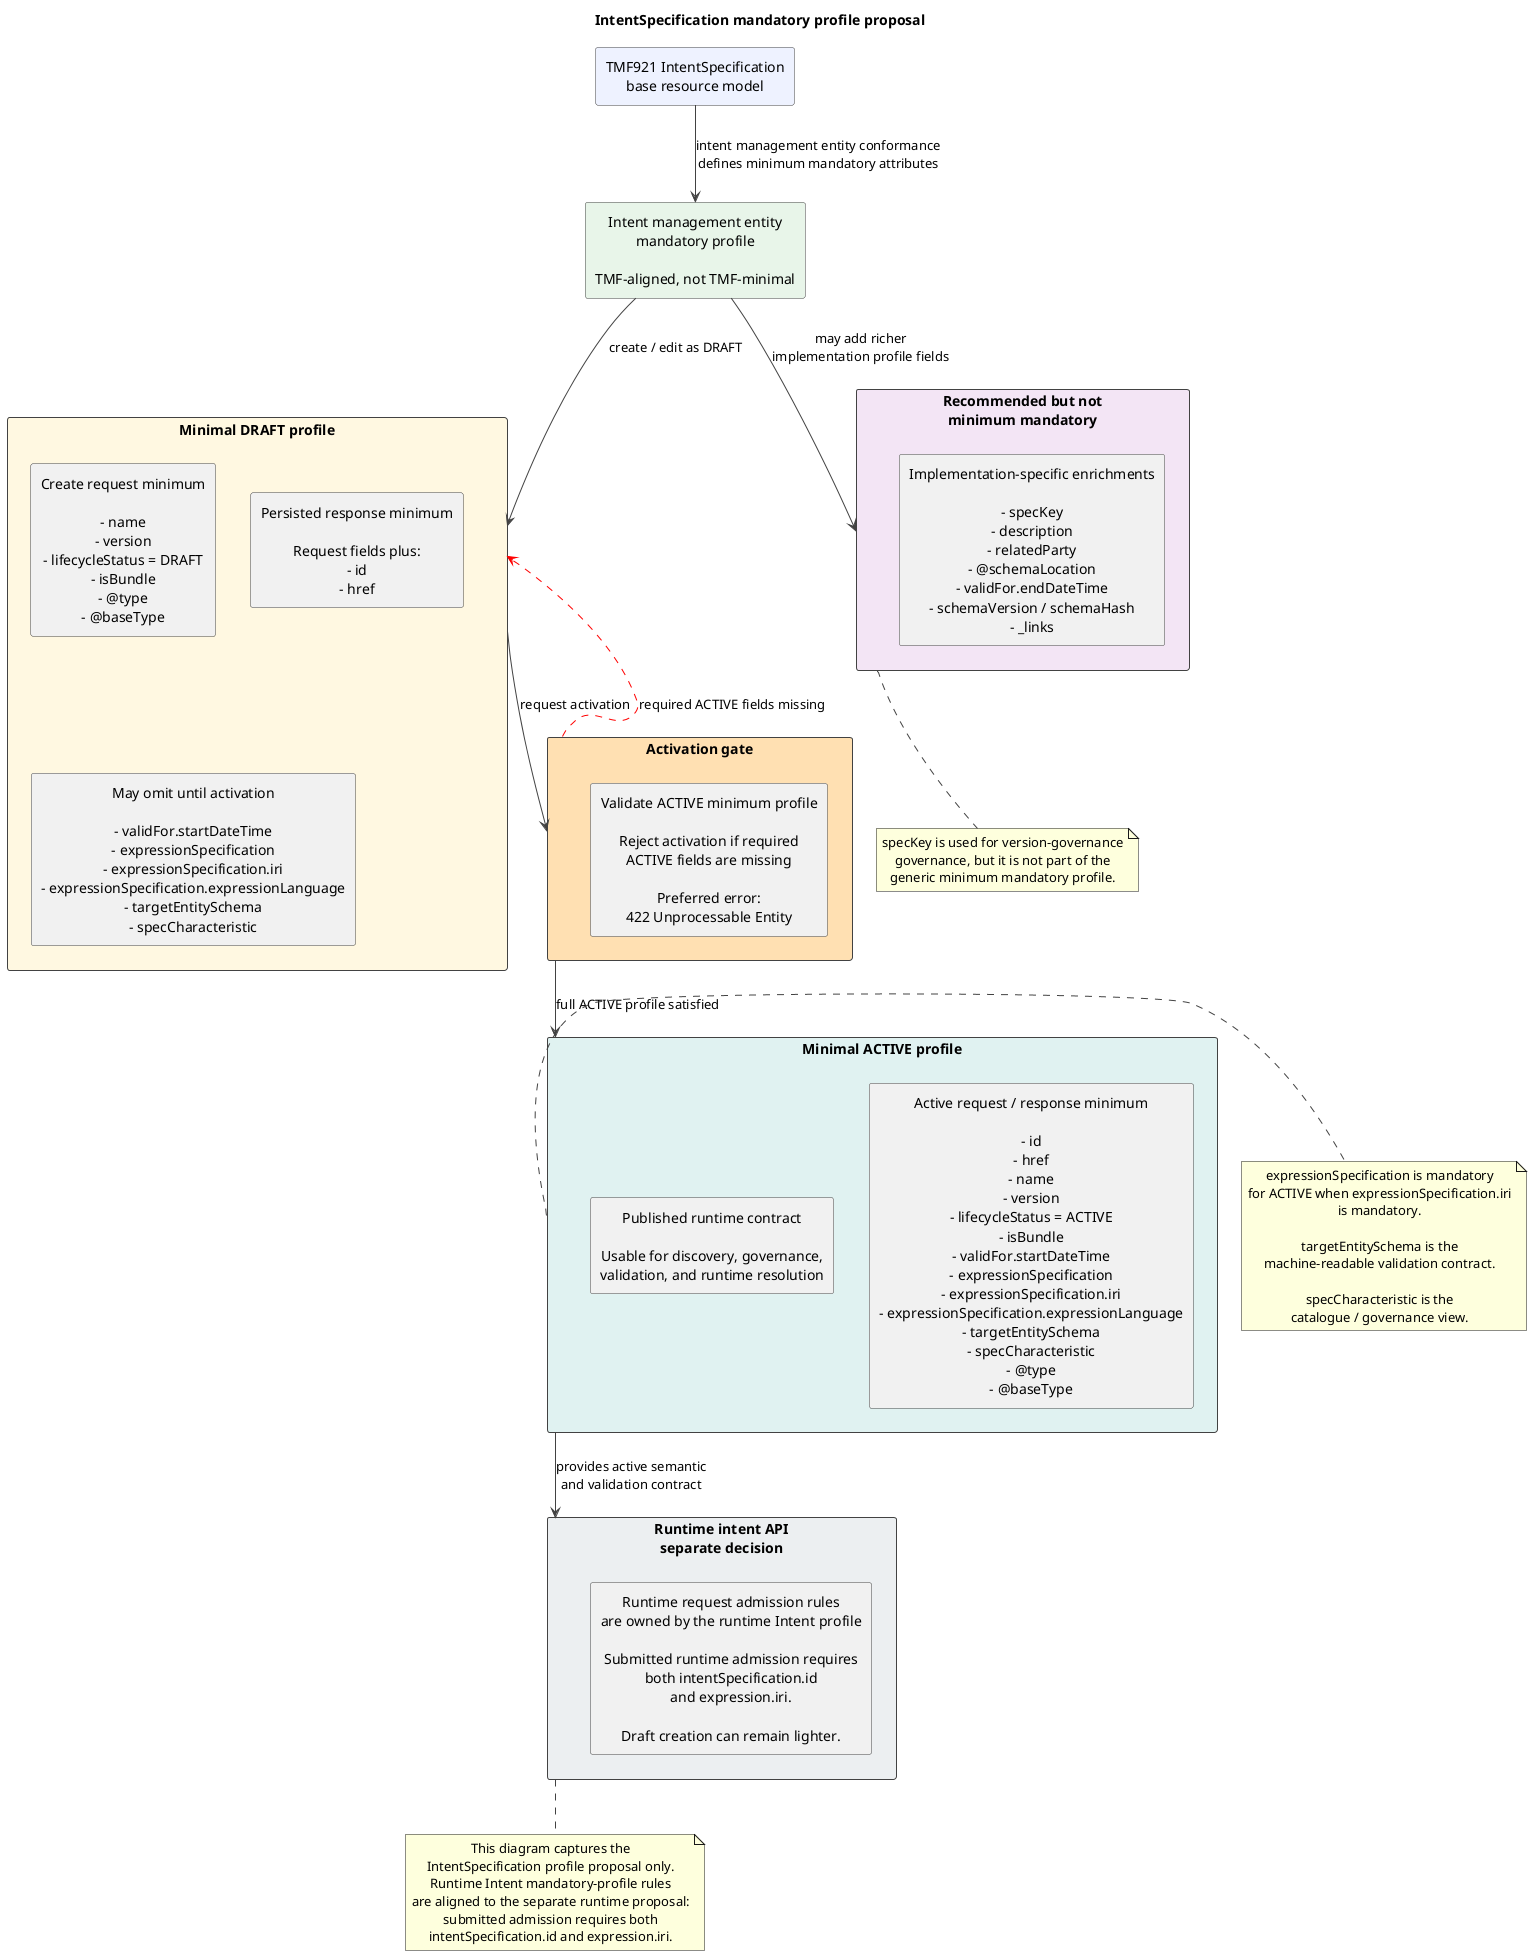
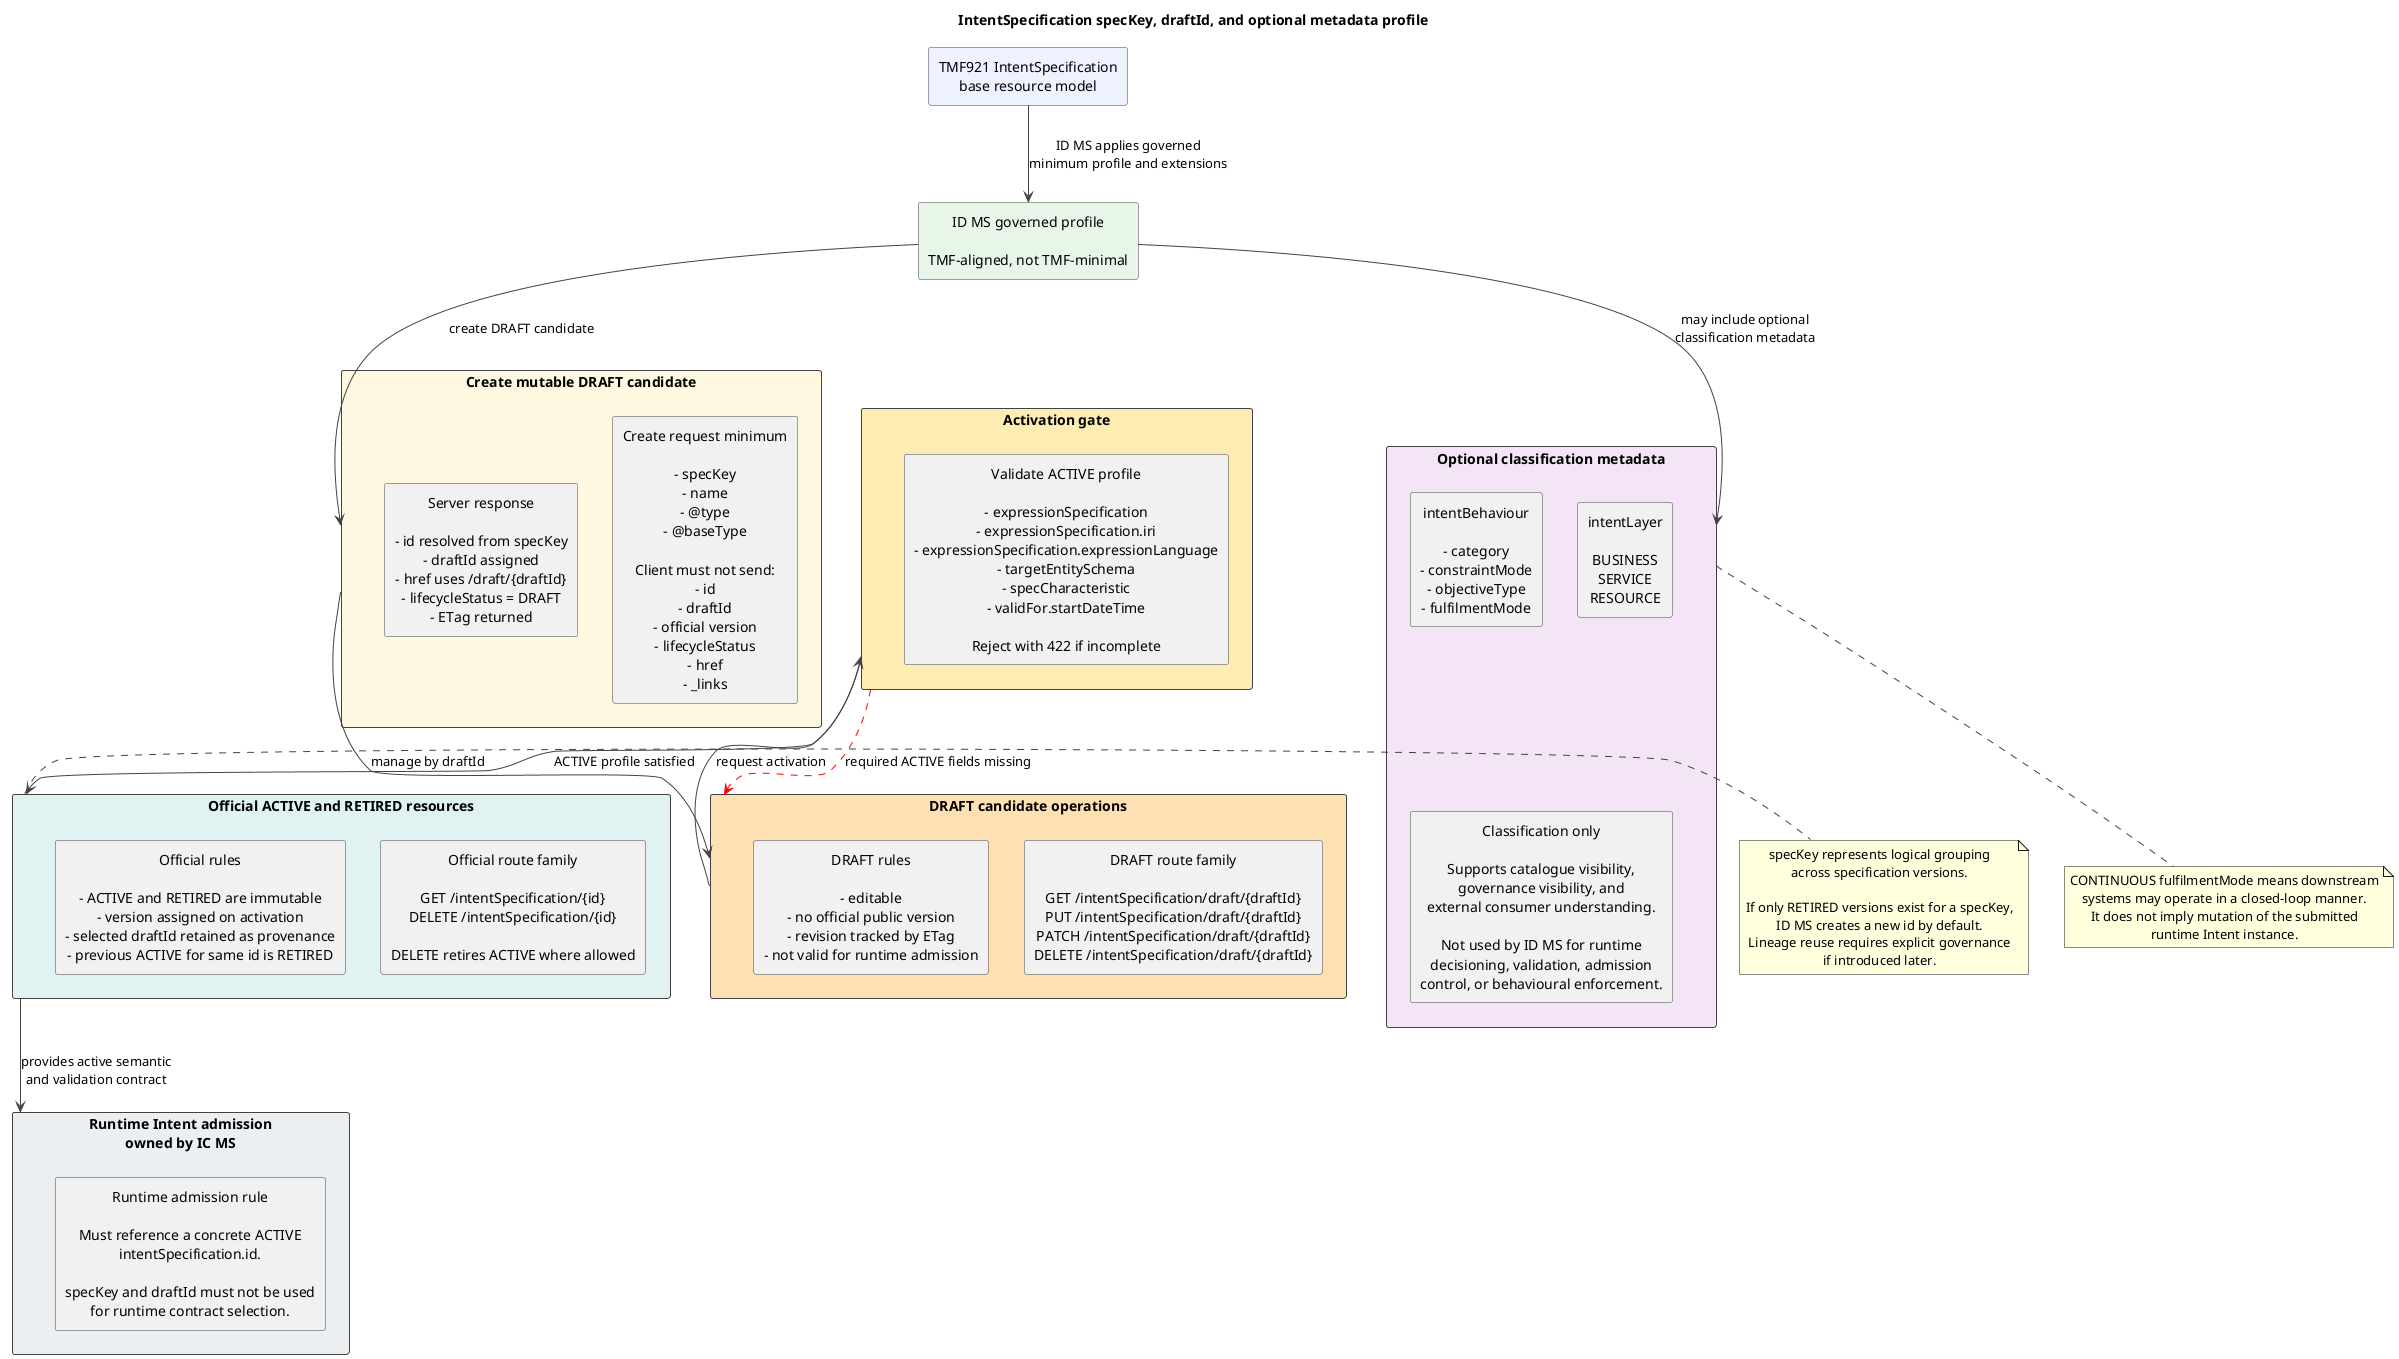
@startuml
- title IntentSpecification mandatory profile proposal
+ title IntentSpecification specKey, draftId, and optional metadata profile

skinparam shadowing false
skinparam defaultTextAlignment center
skinparam packageStyle rectangle
skinparam ArrowColor #424242
skinparam RectangleBorderColor #424242

rectangle "TMF921 IntentSpecification\nbase resource model" as TMF #EEF2FF

- rectangle "Intent management entity\nmandatory profile\n\nTMF-aligned, not TMF-minimal" as PROFILE #E8F5E9
+ rectangle "ID MS governed profile\n\nTMF-aligned, not TMF-minimal" as PROFILE #E8F5E9

- TMF --> PROFILE : intent management entity conformance\ndefines minimum mandatory attributes
+ TMF --> PROFILE : ID MS applies governed\nminimum profile and extensions

- rectangle "Minimal DRAFT profile" as DRAFT #FFF8E1 {
-   rectangle "Create request minimum\n\n- name\n- version\n- lifecycleStatus = DRAFT\n- isBundle\n- @type\n- @baseType" as DRAFT_REQ
-   rectangle "Persisted response minimum\n\nRequest fields plus:\n- id\n- href" as DRAFT_RESP
-   rectangle "May omit until activation\n\n- validFor.startDateTime\n- expressionSpecification\n- expressionSpecification.iri\n- expressionSpecification.expressionLanguage\n- targetEntitySchema\n- specCharacteristic" as DRAFT_OMIT
+ rectangle "Create mutable DRAFT candidate" as CREATE #FFF8E1 {
+   rectangle "Create request minimum\n\n- specKey\n- name\n- @type\n- @baseType\n\nClient must not send:\n- id\n- draftId\n- official version\n- lifecycleStatus\n- href\n- _links" as CREATE_REQ
+   rectangle "Server response\n\n- id resolved from specKey\n- draftId assigned\n- href uses /draft/{draftId}\n- lifecycleStatus = DRAFT\n- ETag returned" as CREATE_RESP
}

- rectangle "Activation gate" as GATE #FFE0B2 {
-   rectangle "Validate ACTIVE minimum profile\n\nReject activation if required\nACTIVE fields are missing\n\nPreferred error:\n422 Unprocessable Entity" as VALIDATE
+ rectangle "DRAFT candidate operations" as DRAFT #FFE0B2 {
+   rectangle "DRAFT route family\n\nGET /intentSpecification/draft/{draftId}\nPUT /intentSpecification/draft/{draftId}\nPATCH /intentSpecification/draft/{draftId}\nDELETE /intentSpecification/draft/{draftId}" as DRAFT_ROUTES
+   rectangle "DRAFT rules\n\n- editable\n- no official public version\n- revision tracked by ETag\n- not valid for runtime admission" as DRAFT_RULES
}

- rectangle "Minimal ACTIVE profile" as ACTIVE #E0F2F1 {
-   rectangle "Active request / response minimum\n\n- id\n- href\n- name\n- version\n- lifecycleStatus = ACTIVE\n- isBundle\n- validFor.startDateTime\n- expressionSpecification\n- expressionSpecification.iri\n- expressionSpecification.expressionLanguage\n- targetEntitySchema\n- specCharacteristic\n- @type\n- @baseType" as ACTIVE_FIELDS
-   rectangle "Published runtime contract\n\nUsable for discovery, governance,\nvalidation, and runtime resolution" as ACTIVE_CONTRACT
+ rectangle "Activation gate" as GATE #FFECB3 {
+   rectangle "Validate ACTIVE profile\n\n- expressionSpecification\n- expressionSpecification.iri\n- expressionSpecification.expressionLanguage\n- targetEntitySchema\n- specCharacteristic\n- validFor.startDateTime\n\nReject with 422 if incomplete" as VALIDATE
}

- rectangle "Recommended but not\nminimum mandatory" as OPTIONAL #F3E5F5 {
-   rectangle "Implementation-specific enrichments\n\n- specKey\n- description\n- relatedParty\n- @schemaLocation\n- validFor.endDateTime\n- schemaVersion / schemaHash\n- _links" as OPTIONAL_FIELDS
+ rectangle "Official ACTIVE and RETIRED resources" as OFFICIAL #E0F2F1 {
+   rectangle "Official route family\n\nGET /intentSpecification/{id}\nDELETE /intentSpecification/{id}\n\nDELETE retires ACTIVE where allowed" as OFFICIAL_ROUTES
+   rectangle "Official rules\n\n- ACTIVE and RETIRED are immutable\n- version assigned on activation\n- selected draftId retained as provenance\n- previous ACTIVE for same id is RETIRED" as OFFICIAL_RULES
}

- rectangle "Runtime intent API\nseparate decision" as RUNTIME #ECEFF1 {
-   rectangle "Runtime request admission rules\nare owned by the runtime Intent profile\n\nSubmitted runtime admission requires\nboth intentSpecification.id\nand expression.iri.\n\nDraft creation can remain lighter." as RUNTIME_RULE
+ rectangle "Optional classification metadata" as OPTIONAL #F3E5F5 {
+   rectangle "intentBehaviour\n\n- category\n- constraintMode\n- objectiveType\n- fulfilmentMode" as BEHAVIOUR
+   rectangle "intentLayer\n\nBUSINESS\nSERVICE\nRESOURCE" as LAYER
+   rectangle "Classification only\n\nSupports catalogue visibility,\ngovernance visibility, and\nexternal consumer understanding.\n\nNot used by ID MS for runtime\ndecisioning, validation, admission\ncontrol, or behavioural enforcement." as OPTIONAL_RULES
}

- PROFILE --> DRAFT : create / edit as DRAFT
+ rectangle "Runtime Intent admission\nowned by IC MS" as RUNTIME #ECEFF1 {
+   rectangle "Runtime admission rule\n\nMust reference a concrete ACTIVE\nintentSpecification.id.\n\nspecKey and draftId must not be used\nfor runtime contract selection." as RUNTIME_RULE
+ }
+ 
+ PROFILE --> CREATE : create DRAFT candidate
+ CREATE --> DRAFT : manage by draftId
DRAFT --> GATE : request activation
- GATE --> ACTIVE : full ACTIVE profile satisfied
+ GATE --> OFFICIAL : ACTIVE profile satisfied
GATE -[#red,dashed]-> DRAFT : required ACTIVE fields missing
- ACTIVE --> RUNTIME : provides active semantic\nand validation contract
- PROFILE --> OPTIONAL : may add richer\nimplementation profile fields
+ OFFICIAL --> RUNTIME : provides active semantic\nand validation contract
+ PROFILE --> OPTIONAL : may include optional\nclassification metadata

- note right of ACTIVE
- expressionSpecification is mandatory
- for ACTIVE when expressionSpecification.iri
- is mandatory.
+ note right of OFFICIAL
+ specKey represents logical grouping
+ across specification versions.

- targetEntitySchema is the
- machine-readable validation contract.
- 
- specCharacteristic is the
- catalogue / governance view.
+ If only RETIRED versions exist for a specKey,
+ ID MS creates a new id by default.
+ Lineage reuse requires explicit governance
+ if introduced later.
end note

note bottom of OPTIONAL
- specKey is used for version-governance
- governance, but it is not part of the
- generic minimum mandatory profile.
- end note
- 
- note bottom of RUNTIME
- This diagram captures the
- IntentSpecification profile proposal only.
- Runtime Intent mandatory-profile rules
- are aligned to the separate runtime proposal:
- submitted admission requires both
- intentSpecification.id and expression.iri.
+ CONTINUOUS fulfilmentMode means downstream
+ systems may operate in a closed-loop manner.
+ It does not imply mutation of the submitted
+ runtime Intent instance.
end note

@enduml
